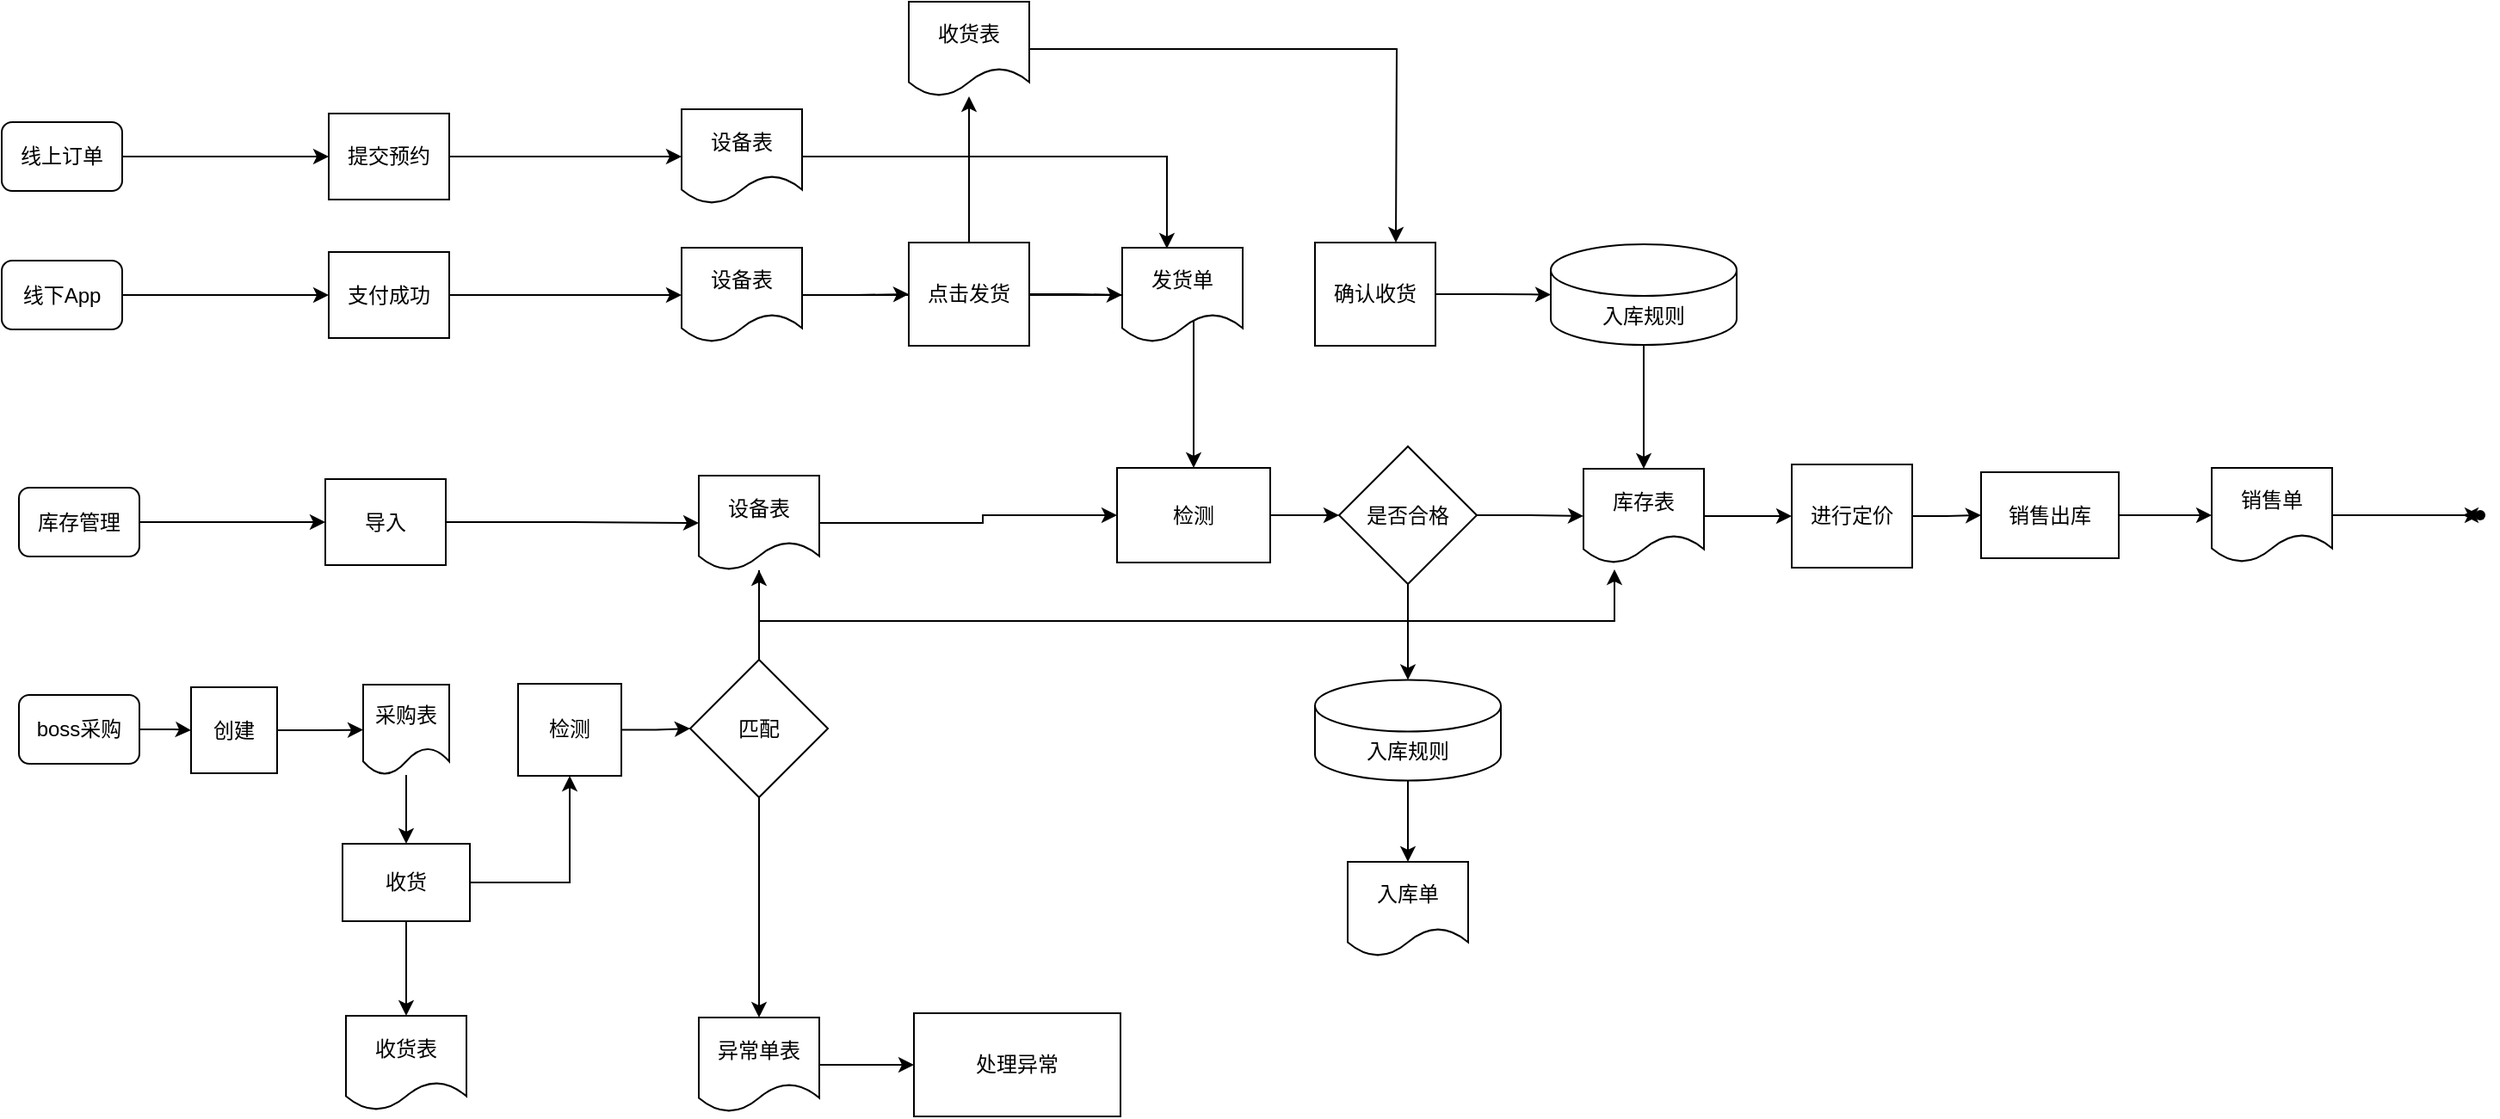
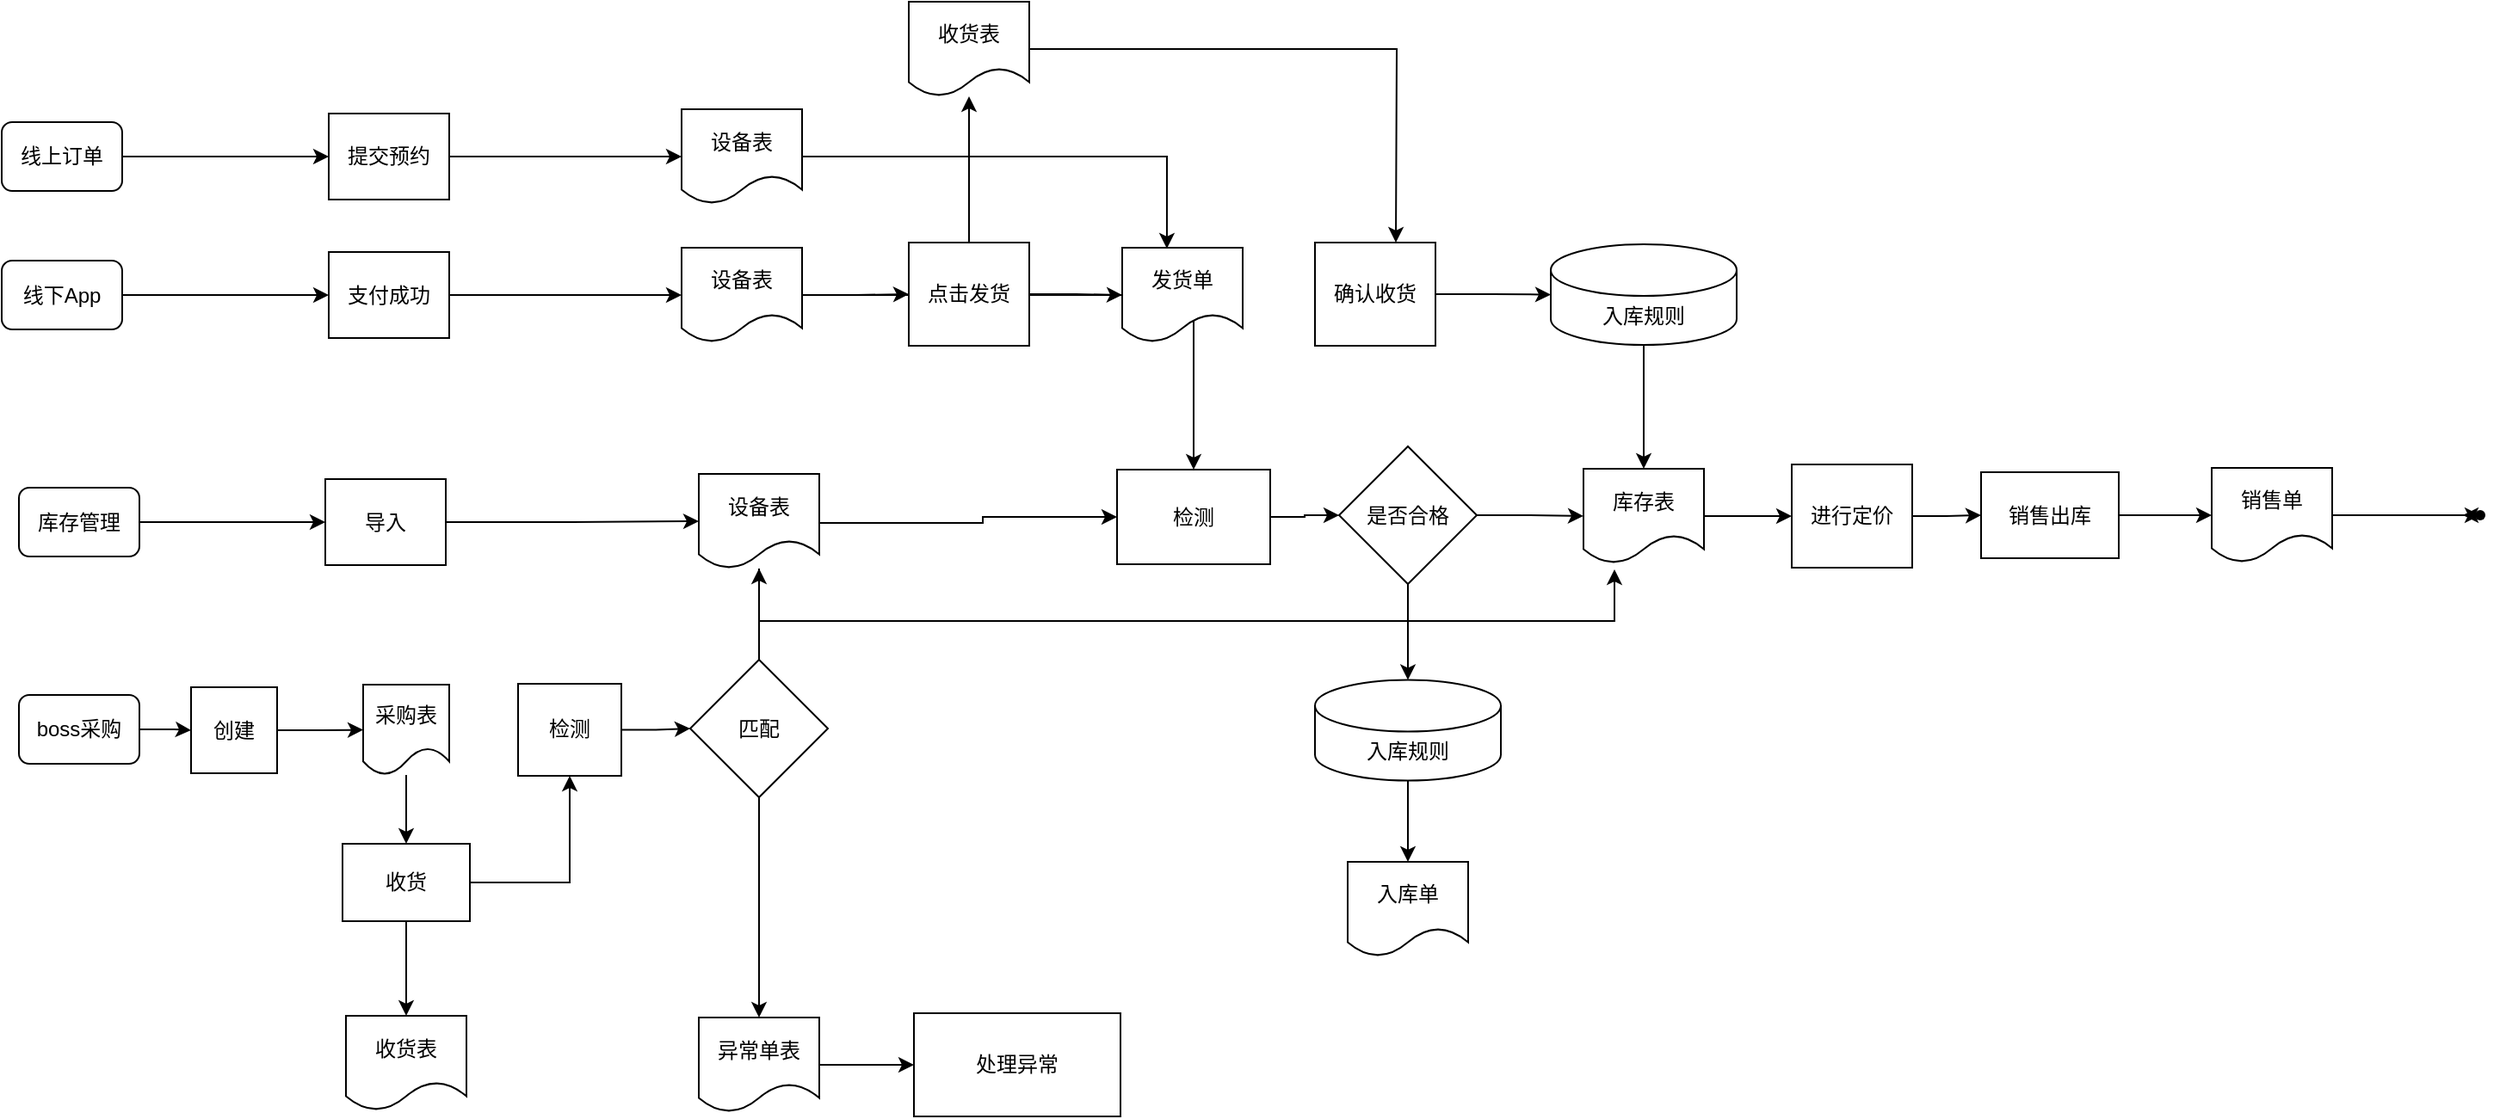
<mxfile host="app.diagrams.net">
  <diagram name="第 1 页" id="s3CgnVwbfZmktE_ADOAM">
-     <mxGraphModel dx="1383" dy="679" grid="1" gridSize="10" guides="1" tooltips="1" connect="1" arrows="1" fold="1" page="1" pageScale="1" pageWidth="827" pageHeight="1169" math="0" shadow="0">
+     <mxGraphModel dx="1945" dy="894" grid="1" gridSize="10" guides="1" tooltips="1" connect="1" arrows="1" fold="1" page="1" pageScale="1" pageWidth="827" pageHeight="1169" math="0" shadow="0">
      <root>
        <mxCell id="0" />
        <mxCell id="1" parent="0" />
        <mxCell id="9bAV4iDaCewVaVFpZhyE-6" edge="1" parent="1" source="9bAV4iDaCewVaVFpZhyE-1" style="edgeStyle=orthogonalEdgeStyle;rounded=0;orthogonalLoop=1;jettySize=auto;html=1;entryX=0;entryY=0.5;entryDx=0;entryDy=0;" target="9bAV4iDaCewVaVFpZhyE-5">
          <mxGeometry relative="1" as="geometry" />
        </mxCell>
        <mxCell id="9bAV4iDaCewVaVFpZhyE-1" parent="1" style="rounded=1;whiteSpace=wrap;html=1;" value="线上订单" vertex="1">
          <mxGeometry height="40" width="70" x="100" y="200" as="geometry" />
        </mxCell>
        <mxCell id="9bAV4iDaCewVaVFpZhyE-8" edge="1" parent="1" source="9bAV4iDaCewVaVFpZhyE-2" style="edgeStyle=orthogonalEdgeStyle;rounded=0;orthogonalLoop=1;jettySize=auto;html=1;entryX=0;entryY=0.5;entryDx=0;entryDy=0;" target="9bAV4iDaCewVaVFpZhyE-7">
          <mxGeometry relative="1" as="geometry" />
        </mxCell>
        <mxCell id="9bAV4iDaCewVaVFpZhyE-2" parent="1" style="rounded=1;whiteSpace=wrap;html=1;" value="线下App" vertex="1">
          <mxGeometry height="40" width="70" x="100" y="280.5" as="geometry" />
        </mxCell>
        <mxCell id="9bAV4iDaCewVaVFpZhyE-18" edge="1" parent="1" source="9bAV4iDaCewVaVFpZhyE-4" style="edgeStyle=orthogonalEdgeStyle;rounded=0;orthogonalLoop=1;jettySize=auto;html=1;entryX=0;entryY=0.5;entryDx=0;entryDy=0;" target="9bAV4iDaCewVaVFpZhyE-17">
          <mxGeometry relative="1" as="geometry" />
        </mxCell>
        <mxCell id="9bAV4iDaCewVaVFpZhyE-4" parent="1" style="rounded=1;whiteSpace=wrap;html=1;" value="boss采购" vertex="1">
          <mxGeometry height="40" width="70" x="110" y="533" as="geometry" />
        </mxCell>
        <mxCell id="9bAV4iDaCewVaVFpZhyE-13" edge="1" parent="1" source="9bAV4iDaCewVaVFpZhyE-5" style="edgeStyle=orthogonalEdgeStyle;rounded=0;orthogonalLoop=1;jettySize=auto;html=1;entryX=0;entryY=0.5;entryDx=0;entryDy=0;" target="9bAV4iDaCewVaVFpZhyE-10">
          <mxGeometry relative="1" as="geometry" />
        </mxCell>
        <mxCell id="9bAV4iDaCewVaVFpZhyE-5" parent="1" style="rounded=0;whiteSpace=wrap;html=1;" value="提交预约" vertex="1">
          <mxGeometry height="50" width="70" x="290" y="195" as="geometry" />
        </mxCell>
        <mxCell id="9bAV4iDaCewVaVFpZhyE-14" edge="1" parent="1" source="9bAV4iDaCewVaVFpZhyE-7" style="edgeStyle=orthogonalEdgeStyle;rounded=0;orthogonalLoop=1;jettySize=auto;html=1;entryX=0;entryY=0.5;entryDx=0;entryDy=0;" target="9bAV4iDaCewVaVFpZhyE-11">
          <mxGeometry relative="1" as="geometry" />
        </mxCell>
        <mxCell id="9bAV4iDaCewVaVFpZhyE-7" parent="1" style="rounded=0;whiteSpace=wrap;html=1;" value="支付成功" vertex="1">
          <mxGeometry height="50" width="70" x="290" y="275.5" as="geometry" />
        </mxCell>
        <mxCell id="GVKssT9AvyQaVMVPeHK4-81" edge="1" parent="1" source="9bAV4iDaCewVaVFpZhyE-9" style="edgeStyle=orthogonalEdgeStyle;rounded=0;orthogonalLoop=1;jettySize=auto;html=1;" target="GVKssT9AvyQaVMVPeHK4-80" value="">
          <mxGeometry relative="1" as="geometry" />
        </mxCell>
        <mxCell id="8hWod6TTKWvcKmEvH4T0-15" edge="1" parent="1" source="9bAV4iDaCewVaVFpZhyE-9" style="edgeStyle=orthogonalEdgeStyle;rounded=0;orthogonalLoop=1;jettySize=auto;html=1;entryX=0.5;entryY=1;entryDx=0;entryDy=0;" target="GVKssT9AvyQaVMVPeHK4-85">
          <mxGeometry relative="1" as="geometry" />
        </mxCell>
        <mxCell id="9bAV4iDaCewVaVFpZhyE-9" parent="1" style="rounded=0;whiteSpace=wrap;html=1;" value="收货" vertex="1">
          <mxGeometry height="45" width="74" x="298" y="619.5" as="geometry" />
        </mxCell>
        <mxCell id="9bAV4iDaCewVaVFpZhyE-10" parent="1" style="shape=document;whiteSpace=wrap;html=1;boundedLbl=1;" value="设备表" vertex="1">
          <mxGeometry height="55" width="70" x="495" y="192.5" as="geometry" />
        </mxCell>
        <mxCell id="GVKssT9AvyQaVMVPeHK4-16" edge="1" parent="1" source="9bAV4iDaCewVaVFpZhyE-11" style="edgeStyle=orthogonalEdgeStyle;rounded=0;orthogonalLoop=1;jettySize=auto;html=1;entryX=0.5;entryY=0;entryDx=0;entryDy=0;" target="GVKssT9AvyQaVMVPeHK4-11">
          <mxGeometry relative="1" as="geometry" />
        </mxCell>
        <mxCell id="GVKssT9AvyQaVMVPeHK4-46" edge="1" parent="1" source="9bAV4iDaCewVaVFpZhyE-11" style="edgeStyle=orthogonalEdgeStyle;rounded=0;orthogonalLoop=1;jettySize=auto;html=1;entryX=0;entryY=0.5;entryDx=0;entryDy=0;" target="GVKssT9AvyQaVMVPeHK4-45">
          <mxGeometry relative="1" as="geometry" />
        </mxCell>
        <mxCell id="9bAV4iDaCewVaVFpZhyE-11" parent="1" style="shape=document;whiteSpace=wrap;html=1;boundedLbl=1;" value="设备表" vertex="1">
          <mxGeometry height="55" width="70" x="495" y="273" as="geometry" />
        </mxCell>
        <mxCell id="9bAV4iDaCewVaVFpZhyE-20" edge="1" parent="1" source="9bAV4iDaCewVaVFpZhyE-17" style="edgeStyle=orthogonalEdgeStyle;rounded=0;orthogonalLoop=1;jettySize=auto;html=1;entryX=0;entryY=0.5;entryDx=0;entryDy=0;" target="9bAV4iDaCewVaVFpZhyE-19">
          <mxGeometry relative="1" as="geometry" />
        </mxCell>
        <mxCell id="9bAV4iDaCewVaVFpZhyE-17" parent="1" style="rounded=0;whiteSpace=wrap;html=1;" value="创建" vertex="1">
          <mxGeometry height="50" width="50" x="210" y="528.5" as="geometry" />
        </mxCell>
        <mxCell id="GVKssT9AvyQaVMVPeHK4-70" edge="1" parent="1" source="9bAV4iDaCewVaVFpZhyE-19" style="edgeStyle=orthogonalEdgeStyle;rounded=0;orthogonalLoop=1;jettySize=auto;html=1;" target="9bAV4iDaCewVaVFpZhyE-9" value="">
          <mxGeometry relative="1" as="geometry" />
        </mxCell>
        <mxCell id="9bAV4iDaCewVaVFpZhyE-19" parent="1" style="shape=document;whiteSpace=wrap;html=1;boundedLbl=1;" value="采购表" vertex="1">
          <mxGeometry height="52.5" width="50" x="310" y="527" as="geometry" />
        </mxCell>
        <mxCell id="GVKssT9AvyQaVMVPeHK4-67" edge="1" parent="1" source="GVKssT9AvyQaVMVPeHK4-10" style="edgeStyle=orthogonalEdgeStyle;rounded=0;orthogonalLoop=1;jettySize=auto;html=1;" target="GVKssT9AvyQaVMVPeHK4-13" value="">
          <mxGeometry relative="1" as="geometry" />
        </mxCell>
        <mxCell id="8hWod6TTKWvcKmEvH4T0-7" edge="1" parent="1" source="GVKssT9AvyQaVMVPeHK4-10" style="edgeStyle=orthogonalEdgeStyle;rounded=0;orthogonalLoop=1;jettySize=auto;html=1;" target="8hWod6TTKWvcKmEvH4T0-6" value="">
          <mxGeometry relative="1" as="geometry" />
        </mxCell>
        <mxCell id="GVKssT9AvyQaVMVPeHK4-10" parent="1" style="rhombus;whiteSpace=wrap;html=1;" value="是否合格" vertex="1">
          <mxGeometry height="80" width="80" x="877" y="388.5" as="geometry" />
        </mxCell>
        <mxCell id="GVKssT9AvyQaVMVPeHK4-74" edge="1" parent="1" source="GVKssT9AvyQaVMVPeHK4-11" style="edgeStyle=orthogonalEdgeStyle;rounded=0;orthogonalLoop=1;jettySize=auto;html=1;" target="GVKssT9AvyQaVMVPeHK4-10" value="">
          <mxGeometry relative="1" as="geometry" />
        </mxCell>
        <mxCell id="GVKssT9AvyQaVMVPeHK4-11" parent="1" style="rounded=0;whiteSpace=wrap;html=1;" value="&lt;span style=&quot;text-align: left;&quot;&gt;检测&lt;/span&gt;" vertex="1">
-           <mxGeometry height="55" width="89" x="748" y="401" as="geometry" />
+           <mxGeometry height="55" width="89" x="748" y="402" as="geometry" />
        </mxCell>
        <mxCell id="GVKssT9AvyQaVMVPeHK4-60" edge="1" parent="1" source="GVKssT9AvyQaVMVPeHK4-13" style="edgeStyle=orthogonalEdgeStyle;rounded=0;orthogonalLoop=1;jettySize=auto;html=1;" target="GVKssT9AvyQaVMVPeHK4-19" value="">
          <mxGeometry relative="1" as="geometry" />
        </mxCell>
        <mxCell id="GVKssT9AvyQaVMVPeHK4-13" parent="1" style="shape=document;whiteSpace=wrap;html=1;boundedLbl=1;" value="库存表" vertex="1">
          <mxGeometry height="55" width="70" x="1019" y="401.5" as="geometry" />
        </mxCell>
        <mxCell id="GVKssT9AvyQaVMVPeHK4-22" edge="1" parent="1" source="GVKssT9AvyQaVMVPeHK4-19" style="edgeStyle=orthogonalEdgeStyle;rounded=0;orthogonalLoop=1;jettySize=auto;html=1;" target="GVKssT9AvyQaVMVPeHK4-21" value="">
          <mxGeometry relative="1" as="geometry" />
        </mxCell>
        <mxCell id="GVKssT9AvyQaVMVPeHK4-19" parent="1" style="rounded=0;whiteSpace=wrap;html=1;" value="进行定价" vertex="1">
          <mxGeometry height="60" width="70" x="1140" y="399" as="geometry" />
        </mxCell>
        <mxCell id="GVKssT9AvyQaVMVPeHK4-25" edge="1" parent="1" source="GVKssT9AvyQaVMVPeHK4-21" style="edgeStyle=orthogonalEdgeStyle;rounded=0;orthogonalLoop=1;jettySize=auto;html=1;" target="GVKssT9AvyQaVMVPeHK4-24" value="">
          <mxGeometry relative="1" as="geometry" />
        </mxCell>
        <mxCell id="GVKssT9AvyQaVMVPeHK4-21" parent="1" style="whiteSpace=wrap;html=1;rounded=0;" value="销售出库" vertex="1">
          <mxGeometry height="50" width="80" x="1250" y="403.5" as="geometry" />
        </mxCell>
        <mxCell id="GVKssT9AvyQaVMVPeHK4-62" edge="1" parent="1" source="GVKssT9AvyQaVMVPeHK4-61" style="edgeStyle=orthogonalEdgeStyle;rounded=0;orthogonalLoop=1;jettySize=auto;html=1;" value="">
          <mxGeometry relative="1" as="geometry">
            <mxPoint x="1530" y="429" as="targetPoint" />
          </mxGeometry>
        </mxCell>
        <mxCell id="GVKssT9AvyQaVMVPeHK4-24" parent="1" style="shape=document;whiteSpace=wrap;html=1;boundedLbl=1;" value="销售单" vertex="1">
          <mxGeometry height="55" width="70" x="1384" y="401" as="geometry" />
        </mxCell>
        <mxCell id="GVKssT9AvyQaVMVPeHK4-26" parent="1" style="shape=document;whiteSpace=wrap;html=1;boundedLbl=1;" value="发货单" vertex="1">
          <mxGeometry height="55" width="70" x="751" y="273" as="geometry" />
        </mxCell>
        <mxCell id="GVKssT9AvyQaVMVPeHK4-30" edge="1" parent="1" source="9bAV4iDaCewVaVFpZhyE-2" style="edgeStyle=orthogonalEdgeStyle;rounded=0;orthogonalLoop=1;jettySize=auto;html=1;exitX=0.5;exitY=1;exitDx=0;exitDy=0;" target="9bAV4iDaCewVaVFpZhyE-2">
          <mxGeometry relative="1" as="geometry" />
        </mxCell>
        <mxCell id="GVKssT9AvyQaVMVPeHK4-31" edge="1" parent="1" style="edgeStyle=orthogonalEdgeStyle;rounded=0;orthogonalLoop=1;jettySize=auto;html=1;exitX=0.5;exitY=1;exitDx=0;exitDy=0;">
          <mxGeometry relative="1" as="geometry">
            <mxPoint x="200" y="390" as="sourcePoint" />
            <mxPoint x="200" y="390" as="targetPoint" />
          </mxGeometry>
        </mxCell>
        <mxCell id="GVKssT9AvyQaVMVPeHK4-34" edge="1" parent="1" source="GVKssT9AvyQaVMVPeHK4-32" style="edgeStyle=orthogonalEdgeStyle;rounded=0;orthogonalLoop=1;jettySize=auto;html=1;entryX=0;entryY=0.5;entryDx=0;entryDy=0;" target="GVKssT9AvyQaVMVPeHK4-33">
          <mxGeometry relative="1" as="geometry" />
        </mxCell>
        <mxCell id="GVKssT9AvyQaVMVPeHK4-32" parent="1" style="rounded=1;whiteSpace=wrap;html=1;" value="库存管理" vertex="1">
          <mxGeometry height="40" width="70" x="110" y="412.5" as="geometry" />
        </mxCell>
        <mxCell id="GVKssT9AvyQaVMVPeHK4-33" parent="1" style="rounded=0;whiteSpace=wrap;html=1;" value="导入" vertex="1">
          <mxGeometry height="50" width="70" x="288" y="407.5" as="geometry" />
        </mxCell>
        <mxCell id="GVKssT9AvyQaVMVPeHK4-39" edge="1" parent="1" style="edgeStyle=orthogonalEdgeStyle;rounded=0;orthogonalLoop=1;jettySize=auto;html=1;exitX=0.5;exitY=1;exitDx=0;exitDy=0;">
          <mxGeometry relative="1" as="geometry">
            <mxPoint x="133" y="453.5" as="sourcePoint" />
            <mxPoint x="133" y="453.5" as="targetPoint" />
          </mxGeometry>
        </mxCell>
        <mxCell id="GVKssT9AvyQaVMVPeHK4-75" edge="1" parent="1" source="GVKssT9AvyQaVMVPeHK4-40" style="edgeStyle=orthogonalEdgeStyle;rounded=0;orthogonalLoop=1;jettySize=auto;html=1;">
          <mxGeometry relative="1" as="geometry">
            <Array as="points">
              <mxPoint x="540" y="490" />
              <mxPoint x="1037" y="490" />
            </Array>
            <mxPoint x="1037" y="460" as="targetPoint" />
          </mxGeometry>
        </mxCell>
        <mxCell id="GVKssT9AvyQaVMVPeHK4-94" edge="1" parent="1" source="GVKssT9AvyQaVMVPeHK4-40" style="edgeStyle=orthogonalEdgeStyle;rounded=0;orthogonalLoop=1;jettySize=auto;html=1;entryX=0;entryY=0.5;entryDx=0;entryDy=0;" target="GVKssT9AvyQaVMVPeHK4-11">
          <mxGeometry relative="1" as="geometry">
            <Array as="points">
              <mxPoint x="670" y="433" />
              <mxPoint x="670" y="429" />
            </Array>
          </mxGeometry>
        </mxCell>
        <mxCell id="GVKssT9AvyQaVMVPeHK4-40" parent="1" style="shape=document;whiteSpace=wrap;html=1;boundedLbl=1;" value="设备表" vertex="1">
-           <mxGeometry height="55" width="70" x="505" y="405.5" as="geometry" />
+           <mxGeometry height="55" width="70" x="505" y="404.5" as="geometry" />
        </mxCell>
        <mxCell id="GVKssT9AvyQaVMVPeHK4-41" edge="1" parent="1" source="GVKssT9AvyQaVMVPeHK4-33" style="edgeStyle=orthogonalEdgeStyle;rounded=0;orthogonalLoop=1;jettySize=auto;html=1;entryX=0;entryY=0.5;entryDx=0;entryDy=0;" target="GVKssT9AvyQaVMVPeHK4-40">
          <mxGeometry relative="1" as="geometry" />
        </mxCell>
        <mxCell id="GVKssT9AvyQaVMVPeHK4-47" edge="1" parent="1" source="GVKssT9AvyQaVMVPeHK4-45" style="edgeStyle=orthogonalEdgeStyle;rounded=0;orthogonalLoop=1;jettySize=auto;html=1;entryX=0;entryY=0.5;entryDx=0;entryDy=0;" target="GVKssT9AvyQaVMVPeHK4-26">
          <mxGeometry relative="1" as="geometry" />
        </mxCell>
        <mxCell id="8hWod6TTKWvcKmEvH4T0-10" edge="1" parent="1" source="GVKssT9AvyQaVMVPeHK4-45" style="edgeStyle=orthogonalEdgeStyle;rounded=0;orthogonalLoop=1;jettySize=auto;html=1;" target="8hWod6TTKWvcKmEvH4T0-9" value="">
          <mxGeometry relative="1" as="geometry" />
        </mxCell>
        <mxCell id="GVKssT9AvyQaVMVPeHK4-45" parent="1" style="rounded=0;whiteSpace=wrap;html=1;" value="点击发货" vertex="1">
          <mxGeometry height="60" width="70" x="627" y="270" as="geometry" />
        </mxCell>
        <mxCell id="GVKssT9AvyQaVMVPeHK4-48" edge="1" parent="1" source="9bAV4iDaCewVaVFpZhyE-10" style="edgeStyle=orthogonalEdgeStyle;rounded=0;orthogonalLoop=1;jettySize=auto;html=1;entryX=0.371;entryY=0.009;entryDx=0;entryDy=0;entryPerimeter=0;" target="GVKssT9AvyQaVMVPeHK4-26">
          <mxGeometry relative="1" as="geometry" />
        </mxCell>
        <mxCell id="8hWod6TTKWvcKmEvH4T0-12" edge="1" parent="1" source="GVKssT9AvyQaVMVPeHK4-49" style="edgeStyle=orthogonalEdgeStyle;rounded=0;orthogonalLoop=1;jettySize=auto;html=1;" target="8hWod6TTKWvcKmEvH4T0-11" value="">
          <mxGeometry relative="1" as="geometry" />
        </mxCell>
        <mxCell id="GVKssT9AvyQaVMVPeHK4-49" parent="1" style="whiteSpace=wrap;html=1;" value="确认收货" vertex="1">
          <mxGeometry height="60" width="70" x="863" y="270" as="geometry" />
        </mxCell>
        <mxCell id="GVKssT9AvyQaVMVPeHK4-65" edge="1" parent="1" source="GVKssT9AvyQaVMVPeHK4-24" style="edgeStyle=orthogonalEdgeStyle;rounded=0;orthogonalLoop=1;jettySize=auto;html=1;" target="GVKssT9AvyQaVMVPeHK4-61" value="">
          <mxGeometry relative="1" as="geometry">
            <mxPoint x="1454" y="429" as="sourcePoint" />
            <mxPoint x="1530" y="429" as="targetPoint" />
          </mxGeometry>
        </mxCell>
        <mxCell id="GVKssT9AvyQaVMVPeHK4-61" parent="1" style="shape=waypoint;sketch=0;size=6;pointerEvents=1;points=[];fillColor=default;resizable=0;rotatable=0;perimeter=centerPerimeter;snapToPoint=1;" value="" vertex="1">
          <mxGeometry height="20" width="20" x="1530" y="418.5" as="geometry" />
        </mxCell>
        <mxCell id="GVKssT9AvyQaVMVPeHK4-80" parent="1" style="shape=document;whiteSpace=wrap;html=1;boundedLbl=1;" value="收货表" vertex="1">
          <mxGeometry height="55" width="70" x="300" y="719.5" as="geometry" />
        </mxCell>
        <mxCell id="GVKssT9AvyQaVMVPeHK4-88" edge="1" parent="1" source="GVKssT9AvyQaVMVPeHK4-85" style="edgeStyle=orthogonalEdgeStyle;rounded=0;orthogonalLoop=1;jettySize=auto;html=1;" target="GVKssT9AvyQaVMVPeHK4-87" value="">
          <mxGeometry relative="1" as="geometry" />
        </mxCell>
        <mxCell id="GVKssT9AvyQaVMVPeHK4-85" parent="1" style="rounded=0;whiteSpace=wrap;html=1;" value="&lt;span style=&quot;text-align: left;&quot;&gt;检测&lt;/span&gt;" vertex="1">
          <mxGeometry height="53.5" width="60" x="400" y="526.5" as="geometry" />
        </mxCell>
        <mxCell id="GVKssT9AvyQaVMVPeHK4-91" edge="1" parent="1" source="GVKssT9AvyQaVMVPeHK4-87" style="edgeStyle=orthogonalEdgeStyle;rounded=0;orthogonalLoop=1;jettySize=auto;html=1;" target="GVKssT9AvyQaVMVPeHK4-40" value="">
          <mxGeometry relative="1" as="geometry" />
        </mxCell>
        <mxCell id="GVKssT9AvyQaVMVPeHK4-93" edge="1" parent="1" source="GVKssT9AvyQaVMVPeHK4-87" style="edgeStyle=orthogonalEdgeStyle;rounded=0;orthogonalLoop=1;jettySize=auto;html=1;entryX=0.5;entryY=0;entryDx=0;entryDy=0;" target="GVKssT9AvyQaVMVPeHK4-92">
          <mxGeometry relative="1" as="geometry" />
        </mxCell>
        <mxCell id="GVKssT9AvyQaVMVPeHK4-87" parent="1" style="rhombus;whiteSpace=wrap;html=1;" value="匹配" vertex="1">
          <mxGeometry height="80" width="80" x="500" y="512.5" as="geometry" />
        </mxCell>
        <mxCell id="GVKssT9AvyQaVMVPeHK4-96" edge="1" parent="1" source="GVKssT9AvyQaVMVPeHK4-92" style="edgeStyle=orthogonalEdgeStyle;rounded=0;orthogonalLoop=1;jettySize=auto;html=1;" target="GVKssT9AvyQaVMVPeHK4-95" value="">
          <mxGeometry relative="1" as="geometry" />
        </mxCell>
        <mxCell id="GVKssT9AvyQaVMVPeHK4-92" parent="1" style="shape=document;whiteSpace=wrap;html=1;boundedLbl=1;" value="异常单表" vertex="1">
          <mxGeometry height="55" width="70" x="505" y="720.5" as="geometry" />
        </mxCell>
        <mxCell id="GVKssT9AvyQaVMVPeHK4-95" parent="1" style="whiteSpace=wrap;html=1;" value="处理异常" vertex="1">
          <mxGeometry height="60" width="120" x="630" y="718" as="geometry" />
        </mxCell>
        <mxCell id="8hWod6TTKWvcKmEvH4T0-4" parent="1" style="shape=document;whiteSpace=wrap;html=1;boundedLbl=1;" value="入库单" vertex="1">
          <mxGeometry height="55" width="70" x="882" y="630" as="geometry" />
        </mxCell>
        <mxCell id="8hWod6TTKWvcKmEvH4T0-8" edge="1" parent="1" source="8hWod6TTKWvcKmEvH4T0-6" style="edgeStyle=orthogonalEdgeStyle;rounded=0;orthogonalLoop=1;jettySize=auto;html=1;" target="8hWod6TTKWvcKmEvH4T0-4" value="">
          <mxGeometry relative="1" as="geometry" />
        </mxCell>
        <mxCell id="8hWod6TTKWvcKmEvH4T0-6" parent="1" style="shape=cylinder3;whiteSpace=wrap;html=1;boundedLbl=1;backgroundOutline=1;size=15;" value="入库规则" vertex="1">
          <mxGeometry height="58.5" width="108" x="863" y="524.25" as="geometry" />
        </mxCell>
        <mxCell id="8hWod6TTKWvcKmEvH4T0-14" edge="1" parent="1" source="8hWod6TTKWvcKmEvH4T0-9" style="edgeStyle=orthogonalEdgeStyle;rounded=0;orthogonalLoop=1;jettySize=auto;html=1;">
          <mxGeometry relative="1" as="geometry">
            <mxPoint x="910" y="270" as="targetPoint" />
          </mxGeometry>
        </mxCell>
        <mxCell id="8hWod6TTKWvcKmEvH4T0-9" parent="1" style="shape=document;whiteSpace=wrap;html=1;boundedLbl=1;" value="收货表" vertex="1">
          <mxGeometry height="55" width="70" x="627" y="130" as="geometry" />
        </mxCell>
        <mxCell id="8hWod6TTKWvcKmEvH4T0-13" edge="1" parent="1" source="8hWod6TTKWvcKmEvH4T0-11" style="edgeStyle=orthogonalEdgeStyle;rounded=0;orthogonalLoop=1;jettySize=auto;html=1;" target="GVKssT9AvyQaVMVPeHK4-13" value="">
          <mxGeometry relative="1" as="geometry" />
        </mxCell>
        <mxCell id="8hWod6TTKWvcKmEvH4T0-11" parent="1" style="shape=cylinder3;whiteSpace=wrap;html=1;boundedLbl=1;backgroundOutline=1;size=15;" value="入库规则" vertex="1">
          <mxGeometry height="58.5" width="108" x="1000" y="271" as="geometry" />
        </mxCell>
      </root>
    </mxGraphModel>
  </diagram>
</mxfile>
